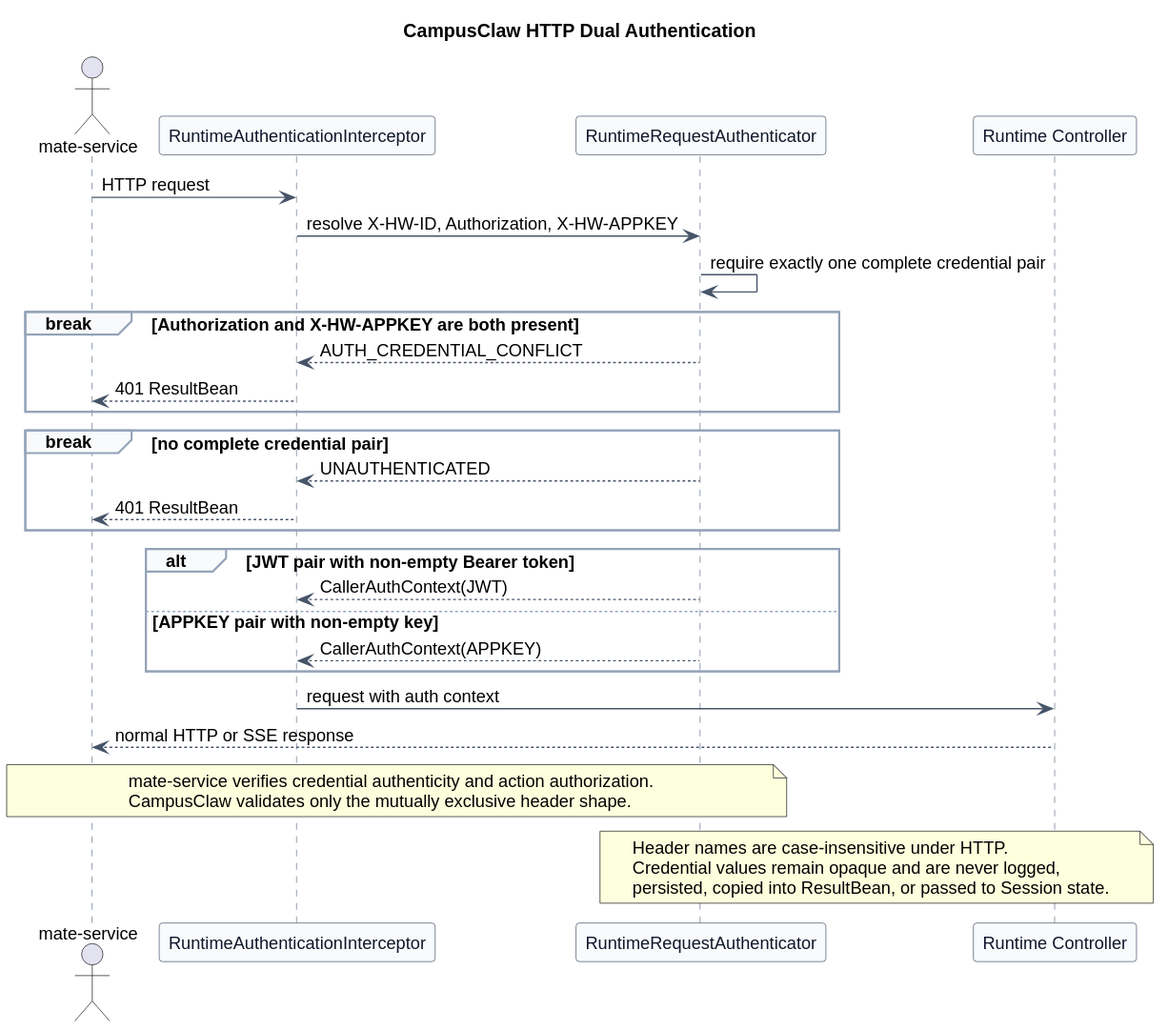
Before: pi-mono-java-manager-driven-multi-agent-runtime/diagrams/http-contract/http_dual_authentication.svg, a diagram exported from PlantUML (ssm0808/pi-mono-java-design). The source it was exported from:
```plantuml
@startuml
title CampusClaw HTTP Dual Authentication


skinparam backgroundColor #FFFFFF
skinparam shadowing false
skinparam defaultFontName Arial
skinparam defaultFontSize 13
skinparam participant {
  BackgroundColor #F8FAFC
  BorderColor #475569
  FontColor #0F172A
}
skinparam ArrowColor #475569
skinparam sequence {
  LifeLineBorderColor #64748B
  LifeLineBackgroundColor #F8FAFC
  GroupBorderColor #94A3B8
  GroupBackgroundColor #F8FAFC
}

actor "mate-service" as Caller
participant "RuntimeAuthenticationInterceptor" as Filter
participant "RuntimeRequestAuthenticator" as Resolver
participant "Runtime Controller" as Controller

Caller -> Filter : HTTP request
Filter -> Resolver : resolve X-HW-ID, Authorization, X-HW-APPKEY
Resolver -> Resolver : require exactly one complete credential pair

break Authorization and X-HW-APPKEY are both present
  Resolver --> Filter : AUTH_CREDENTIAL_CONFLICT
  Filter --> Caller : 401 ResultBean
end

break no complete credential pair
  Resolver --> Filter : UNAUTHENTICATED
  Filter --> Caller : 401 ResultBean
end

alt JWT pair with non-empty Bearer token
  Resolver --> Filter : CallerAuthContext(JWT)
else APPKEY pair with non-empty key
  Resolver --> Filter : CallerAuthContext(APPKEY)
end

Filter -> Controller : request with auth context
Controller --> Caller : normal HTTP or SSE response

note over Caller,Resolver
mate-service verifies credential authenticity and action authorization.
CampusClaw validates only the mutually exclusive header shape.
end note

note over Resolver,Controller
Header names are case-insensitive under HTTP.
Credential values remain opaque and are never logged,
persisted, copied into ResultBean, or passed to Session state.
end note
@enduml
```
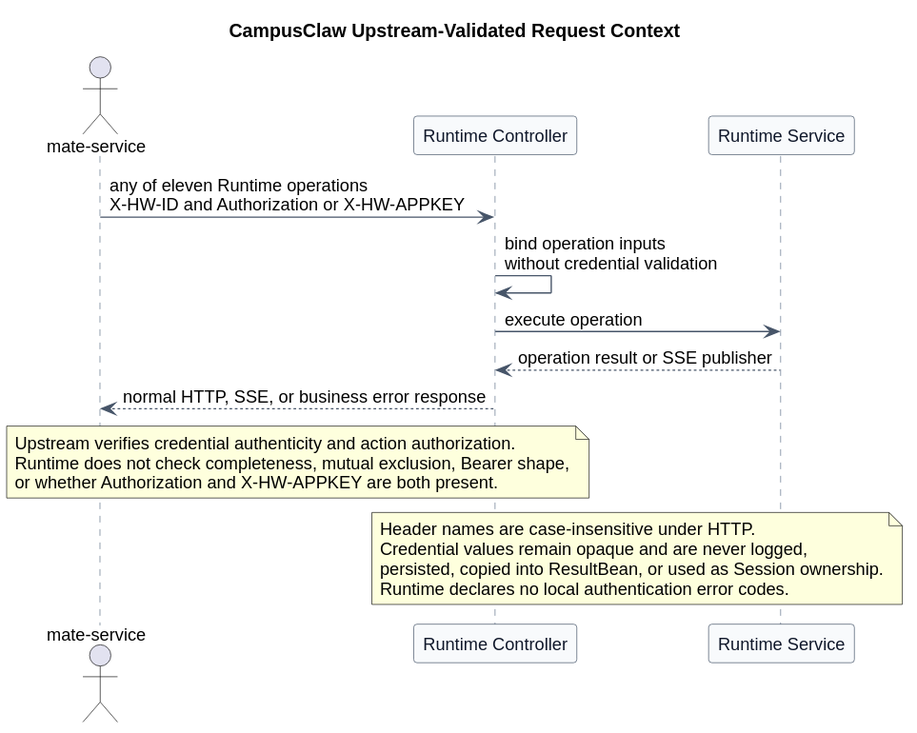
After the change.

Change to the diagram source:
```diff
@@ -1,5 +1,5 @@
 @startuml
-title CampusClaw HTTP Dual Authentication
+title CampusClaw Upstream-Validated Request Context
 
 
 skinparam backgroundColor #FFFFFF
@@ -20,41 +20,25 @@
 }
 
 actor "mate-service" as Caller
-participant "RuntimeAuthenticationInterceptor" as Filter
-participant "RuntimeRequestAuthenticator" as Resolver
 participant "Runtime Controller" as Controller
+participant "Runtime Service" as Service
 
-Caller -> Filter : HTTP request
-Filter -> Resolver : resolve X-HW-ID, Authorization, X-HW-APPKEY
-Resolver -> Resolver : require exactly one complete credential pair
+Caller -> Controller : any of eleven Runtime operations\nX-HW-ID and Authorization or X-HW-APPKEY
+Controller -> Controller : bind operation inputs\nwithout credential validation
+Controller -> Service : execute operation
+Service --> Controller : operation result or SSE publisher
+Controller --> Caller : normal HTTP, SSE, or business error response
 
-break Authorization and X-HW-APPKEY are both present
-  Resolver --> Filter : AUTH_CREDENTIAL_CONFLICT
-  Filter --> Caller : 401 ResultBean
-end
-
-break no complete credential pair
-  Resolver --> Filter : UNAUTHENTICATED
-  Filter --> Caller : 401 ResultBean
-end
-
-alt JWT pair with non-empty Bearer token
-  Resolver --> Filter : CallerAuthContext(JWT)
-else APPKEY pair with non-empty key
-  Resolver --> Filter : CallerAuthContext(APPKEY)
-end
-
-Filter -> Controller : request with auth context
-Controller --> Caller : normal HTTP or SSE response
-
-note over Caller,Resolver
-mate-service verifies credential authenticity and action authorization.
-CampusClaw validates only the mutually exclusive header shape.
+note over Caller,Controller
+Upstream verifies credential authenticity and action authorization.
+Runtime does not check completeness, mutual exclusion, Bearer shape,
+or whether Authorization and X-HW-APPKEY are both present.
 end note
 
-note over Resolver,Controller
+note over Controller,Service
 Header names are case-insensitive under HTTP.
 Credential values remain opaque and are never logged,
-persisted, copied into ResultBean, or passed to Session state.
+persisted, copied into ResultBean, or used as Session ownership.
+Runtime declares no local authentication error codes.
 end note
 @enduml
```
